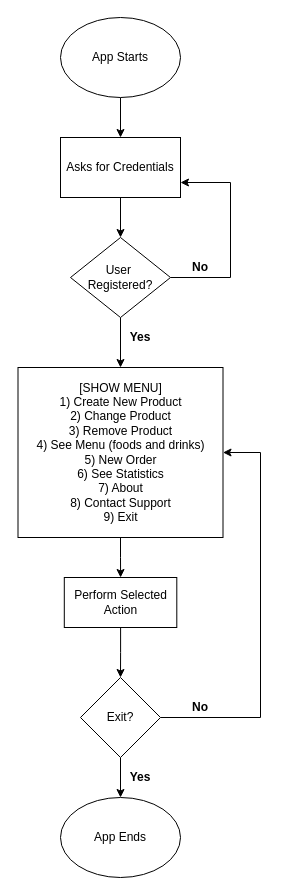
Earlier version of the draw.io diagram Pysnack.drawio (raulpellizzer/Pysnack). Source tidied: cells renumbered, new cells numbered last; positions are measured from the earlier drawing's top-left corner, leaving out a move shared by most shapes. Both pictures are drawn from the tidied source at 100%, with x=0, y=0 at pixel (18, 17).
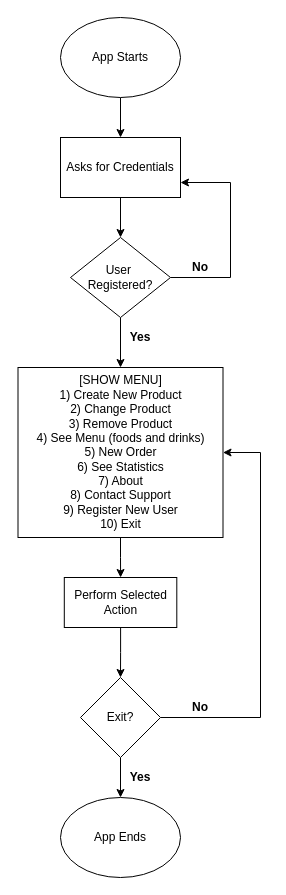
After the change.

The edit, as a diff of the source:
```diff
@@
-    <mxCell id="10" value="[SHOW MENU]&lt;br&gt;1) Create New Product&lt;br&gt;2) Change Product&lt;br&gt;3) Remove Product&lt;br&gt;4) See Menu (foods and drinks)&lt;br&gt;5) New Order&lt;br&gt;6) See Statistics&lt;br&gt;7) About&lt;br&gt;8) Contact Support&lt;br&gt;9) Exit" style="whiteSpace=wrap;html=1;" parent="1" vertex="1">
+    <mxCell id="10" value="[SHOW MENU]&lt;br&gt;1) Create New Product&lt;br&gt;2) Change Product&lt;br&gt;3) Remove Product&lt;br&gt;4) See Menu (foods and drinks)&lt;br&gt;5) New Order&lt;br&gt;6) See Statistics&lt;br&gt;7) About&lt;br&gt;8) Contact Support&lt;br&gt;9) Register New User&lt;br&gt;10) Exit" style="whiteSpace=wrap;html=1;" parent="1" vertex="1">
       <mxGeometry x="-0.5" y="350" width="205" height="170" as="geometry" />
     </mxCell>
```
